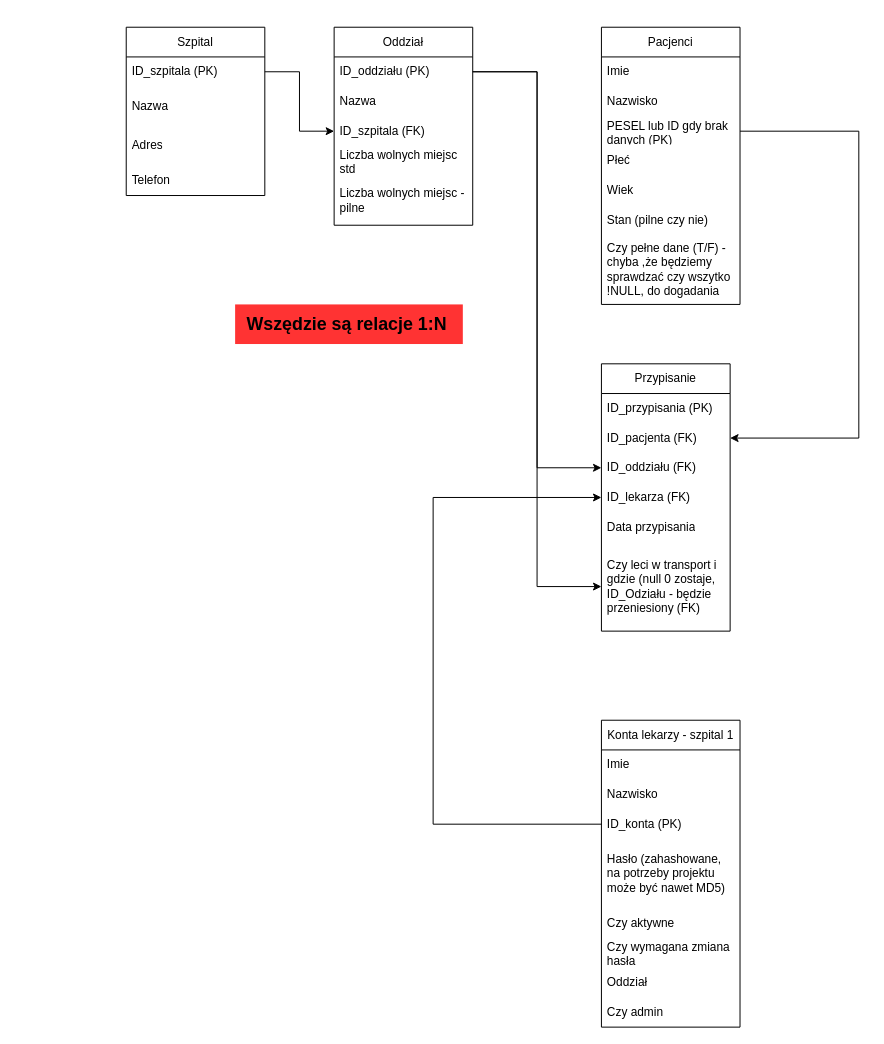
Above: documentation/schemat_związków_db.drawio in mikson022/gl1 (draw.io), before the change. Source tidied: cells renumbered, new cells numbered last; positions are measured from the earlier drawing's top-left corner, leaving out a move shared by most shapes. Both pictures are drawn from the tidied source at 99%, with x=0, y=0 at pixel (126, 27).
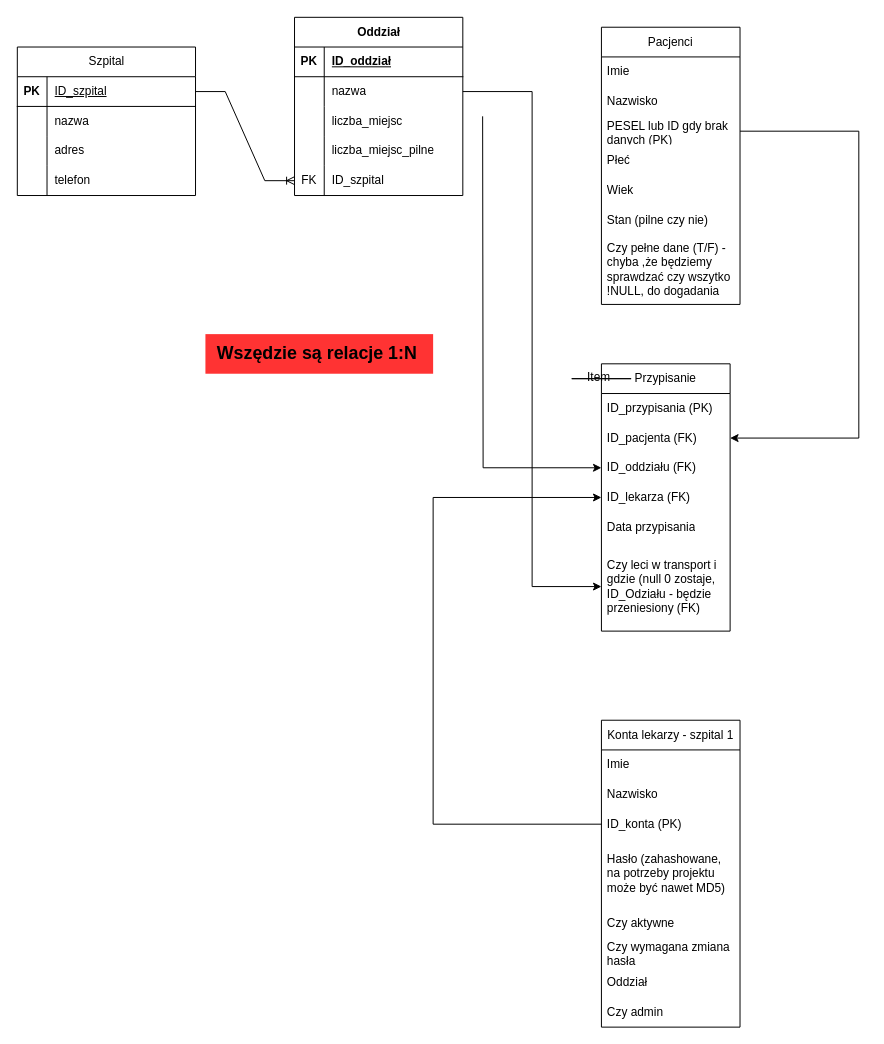
After the change.

Commit message (it also covers changes not shown here):
Popraw schemat_DB poprzez użycie odpowiednich struktur tabel i strzałek

Popraw dwie tabele - szpital, oddział

The change refers to these unchanged cells:
```xml
<mxCell id="33" value="ID_oddziału (FK)" style="text;strokeColor=none;fillColor=none;align=left;verticalAlign=middle;spacingLeft=4;spacingRight=4;overflow=hidden;points=[[0,0.5],[1,0.5]];portConstraint=eastwest;whiteSpace=wrap;html=1;" parent="30" vertex="1">
  <mxGeometry y="90" width="130" height="30" as="geometry" />
</mxCell>
<mxCell id="36" value="Czy leci w transport i gdzie (null 0 zostaje, ID_Odziału - będzie przeniesiony (FK)" style="text;strokeColor=none;fillColor=none;align=left;verticalAlign=middle;spacingLeft=4;spacingRight=4;overflow=hidden;points=[[0,0.5],[1,0.5]];portConstraint=eastwest;whiteSpace=wrap;html=1;" parent="30" vertex="1">
  <mxGeometry y="180" width="130" height="90" as="geometry" />
</mxCell>
```

What changed in the source:
```diff
@@
-    <mxCell id="2" value="Szpital" style="swimlane;fontStyle=0;horizontal=1;startSize=30;whiteSpace=wrap;html=1;" parent="1" vertex="1">
-      <mxGeometry width="140" height="170" as="geometry" />
-    </mxCell>
-    <mxCell id="3" value="ID_szpitala (PK)" style="text;strokeColor=none;fillColor=none;align=left;verticalAlign=middle;spacingLeft=4;spacingRight=4;overflow=hidden;points=[[0,0.5],[1,0.5]];portConstraint=eastwest;whiteSpace=wrap;html=1;" parent="2" vertex="1">
-      <mxGeometry y="30" width="140" height="30" as="geometry" />
-    </mxCell>
-    <mxCell id="4" value="Nazwa" style="text;strokeColor=none;fillColor=none;align=left;verticalAlign=middle;spacingLeft=4;spacingRight=4;overflow=hidden;whiteSpace=wrap;html=1;" parent="2" vertex="1">
-      <mxGeometry y="60" width="140" height="40" as="geometry" />
-    </mxCell>
-    <mxCell id="5" value="Adres" style="text;strokeColor=none;fillColor=none;align=left;verticalAlign=middle;spacingLeft=4;spacingRight=4;overflow=hidden;whiteSpace=wrap;html=1;" parent="2" vertex="1">
-      <mxGeometry y="100" width="140" height="40" as="geometry" />
-    </mxCell>
-    <mxCell id="6" value="Telefon" style="text;strokeColor=none;fillColor=none;align=left;verticalAlign=middle;spacingLeft=4;spacingRight=4;overflow=hidden;whiteSpace=wrap;html=1;" parent="2" vertex="1">
-      <mxGeometry y="140" width="140" height="30" as="geometry" />
-    </mxCell>
@@
-    <mxCell id="24" value="Oddział" style="swimlane;fontStyle=0;horizontal=1;startSize=30;whiteSpace=wrap;html=1;" parent="1" vertex="1">
-      <mxGeometry x="210" width="140" height="200" as="geometry" />
-    </mxCell>
-    <mxCell id="25" value="ID_oddziału (PK)" style="text;strokeColor=none;fillColor=none;align=left;verticalAlign=middle;spacingLeft=4;spacingRight=4;overflow=hidden;points=[[0,0.5],[1,0.5]];portConstraint=eastwest;whiteSpace=wrap;html=1;" parent="24" vertex="1">
-      <mxGeometry y="30" width="140" height="30" as="geometry" />
-    </mxCell>
-    <mxCell id="26" value="Nazwa" style="text;strokeColor=none;fillColor=none;align=left;verticalAlign=middle;spacingLeft=4;spacingRight=4;overflow=hidden;whiteSpace=wrap;html=1;" parent="24" vertex="1">
-      <mxGeometry y="60" width="140" height="30" as="geometry" />
-    </mxCell>
-    <mxCell id="27" value="ID_szpitala (FK)" style="text;strokeColor=none;fillColor=none;align=left;verticalAlign=middle;spacingLeft=4;spacingRight=4;overflow=hidden;points=[[0,0.5],[1,0.5]];portConstraint=eastwest;whiteSpace=wrap;html=1;" parent="24" vertex="1">
-      <mxGeometry y="90" width="140" height="30" as="geometry" />
-    </mxCell>
-    <mxCell id="28" value="Liczba wolnych miejsc std" style="text;strokeColor=none;fillColor=none;align=left;verticalAlign=middle;spacingLeft=4;spacingRight=4;overflow=hidden;whiteSpace=wrap;html=1;" parent="24" vertex="1">
-      <mxGeometry y="120" width="140" height="30" as="geometry" />
-    </mxCell>
-    <mxCell id="29" value="Liczba wolnych miejsc - pilne" style="text;strokeColor=none;fillColor=none;align=left;verticalAlign=middle;spacingLeft=4;spacingRight=4;overflow=hidden;whiteSpace=wrap;html=1;" parent="24" vertex="1">
-      <mxGeometry y="150" width="140" height="50" as="geometry" />
-    </mxCell>
@@
-    <mxCell id="39" style="edgeStyle=orthogonalEdgeStyle;rounded=0;jettySize=auto;html=1;" parent="1" edge="1" source="3" target="27">
-      <mxGeometry relative="1" as="geometry" />
-    </mxCell>
-    <mxCell id="40" style="edgeStyle=orthogonalEdgeStyle;rounded=0;jettySize=auto;html=1;entryX=0;entryY=0.5;entryDx=0;entryDy=0;" parent="1" edge="1" source="25" target="33">
-      <mxGeometry relative="1" as="geometry" />
+    <mxCell id="40" style="edgeStyle=orthogonalEdgeStyle;rounded=0;jettySize=auto;html=1;entryX=0;entryY=0.5;entryDx=0;entryDy=0;" parent="1" edge="1" target="33">
+      <mxGeometry relative="1" as="geometry">
+        <mxPoint x="360" y="90" as="sourcePoint" />
+      </mxGeometry>
     </mxCell>
     <mxCell id="41" value="&lt;font style=&quot;font-size: 18px;&quot;&gt;&lt;b&gt;Wszędzie są relacje 1:N&amp;nbsp;&lt;/b&gt;&lt;/font&gt;" style="text;html=1;align=center;verticalAlign=middle;strokeColor=none;fillColor=#FF3333;" parent="1" vertex="1">
-      <mxGeometry x="110" y="280" width="230" height="40" as="geometry" />
+      <mxGeometry x="80" y="310" width="230" height="40" as="geometry" />
     </mxCell>
-    <mxCell id="42" style="edgeStyle=orthogonalEdgeStyle;rounded=0;jettySize=auto;html=1;entryX=0;entryY=0.5;entryDx=0;entryDy=0;" parent="1" edge="1" source="25" target="36">
+    <mxCell id="42" style="edgeStyle=orthogonalEdgeStyle;rounded=0;jettySize=auto;html=1;entryX=0;entryY=0.5;entryDx=0;entryDy=0;exitX=1;exitY=0.5;exitDx=0;exitDy=0;" parent="1" edge="1" source="59" target="36">
       <mxGeometry relative="1" as="geometry" />
     </mxCell>
+    <mxCell id="43" style="edgeStyle=entityRelationEdgeStyle;fontSize=12;html=1;endArrow=ERoneToMany;rounded=0;exitX=1;exitY=0.5;exitDx=0;exitDy=0;entryX=0;entryY=0.5;entryDx=0;entryDy=0;" parent="1" edge="1" source="44" target="68">
+      <mxGeometry relative="1" as="geometry">
+        <Array as="points">
+          <mxPoint x="140" y="180" />
+          <mxPoint x="138" y="140" />
+        </Array>
+      </mxGeometry>
+    </mxCell>
+    <mxCell id="2" value="&lt;span style=&quot;font-weight: 400; text-wrap-mode: wrap;&quot;&gt;Szpital&lt;/span&gt;" style="shape=table;startSize=30;childLayout=tableLayout;rowLines=0;fontStyle=1;align=center;html=1;" parent="1" vertex="1">
+      <mxGeometry x="-110" y="20" width="180" height="150" as="geometry" />
+    </mxCell>
+    <mxCell id="44" style="shape=tableRow;horizontal=0;startSize=0;swimlaneHead=0;swimlaneBody=0;fillColor=none;points=[[0,0.5],[1,0.5]];portConstraint=eastwest;top=0;left=0;right=0;bottom=1;" parent="2" vertex="1">
+      <mxGeometry y="30" width="180" height="30" as="geometry" />
+    </mxCell>
+    <mxCell id="45" value="PK" style="shape=partialRectangle;fillColor=none;top=0;left=0;bottom=0;right=0;fontStyle=1;overflow=hidden;whiteSpace=wrap;html=1;" parent="44" vertex="1">
+      <mxGeometry width="30" height="30" as="geometry" />
+    </mxCell>
+    <mxCell id="46" value="&lt;span style=&quot;font-weight: 400;&quot;&gt;ID_szpital&lt;/span&gt;" style="shape=partialRectangle;fillColor=none;top=0;left=0;bottom=0;right=0;align=left;spacingLeft=6;fontStyle=5;overflow=hidden;whiteSpace=wrap;html=1;" parent="44" vertex="1">
+      <mxGeometry x="30" width="150" height="30" as="geometry" />
+    </mxCell>
+    <mxCell id="47" style="shape=tableRow;horizontal=0;startSize=0;swimlaneHead=0;swimlaneBody=0;fillColor=none;top=0;left=0;right=0;bottom=0;" parent="2" vertex="1">
+      <mxGeometry y="60" width="180" height="30" as="geometry" />
+    </mxCell>
+    <mxCell id="48" style="shape=partialRectangle;fillColor=none;top=0;left=0;bottom=0;right=0;overflow=hidden;whiteSpace=wrap;html=1;" parent="47" vertex="1">
+      <mxGeometry width="30" height="30" as="geometry" />
+    </mxCell>
+    <mxCell id="49" value="nazwa" style="shape=partialRectangle;fillColor=none;top=0;left=0;bottom=0;right=0;align=left;spacingLeft=6;overflow=hidden;whiteSpace=wrap;html=1;" parent="47" vertex="1">
+      <mxGeometry x="30" width="150" height="30" as="geometry" />
+    </mxCell>
+    <mxCell id="50" style="shape=tableRow;horizontal=0;startSize=0;swimlaneHead=0;swimlaneBody=0;fillColor=none;top=0;left=0;right=0;bottom=0;" parent="2" vertex="1">
+      <mxGeometry y="90" width="180" height="30" as="geometry" />
+    </mxCell>
+    <mxCell id="51" style="shape=partialRectangle;fillColor=none;top=0;left=0;bottom=0;right=0;overflow=hidden;whiteSpace=wrap;html=1;" parent="50" vertex="1">
+      <mxGeometry width="30" height="30" as="geometry" />
+    </mxCell>
+    <mxCell id="52" value="adres" style="shape=partialRectangle;fillColor=none;top=0;left=0;bottom=0;right=0;align=left;spacingLeft=6;overflow=hidden;whiteSpace=wrap;html=1;" parent="50" vertex="1">
+      <mxGeometry x="30" width="150" height="30" as="geometry" />
+    </mxCell>
+    <mxCell id="53" style="shape=tableRow;horizontal=0;startSize=0;swimlaneHead=0;swimlaneBody=0;fillColor=none;top=0;left=0;right=0;bottom=0;" parent="2" vertex="1">
+      <mxGeometry y="120" width="180" height="30" as="geometry" />
+    </mxCell>
+    <mxCell id="54" style="shape=partialRectangle;fillColor=none;top=0;left=0;bottom=0;right=0;overflow=hidden;whiteSpace=wrap;html=1;" parent="53" vertex="1">
+      <mxGeometry width="30" height="30" as="geometry" />
+    </mxCell>
+    <mxCell id="55" value="telefon" style="shape=partialRectangle;fillColor=none;top=0;left=0;bottom=0;right=0;align=left;spacingLeft=6;overflow=hidden;whiteSpace=wrap;html=1;" parent="53" vertex="1">
+      <mxGeometry x="30" width="150" height="30" as="geometry" />
+    </mxCell>
+    <mxCell id="24" value="Oddział" style="shape=table;startSize=30;childLayout=tableLayout;rowLines=0;fontStyle=1;align=center;html=1;" parent="1" vertex="1">
+      <mxGeometry x="170" y="-10" width="170" height="180" as="geometry" />
+    </mxCell>
+    <mxCell id="56" style="shape=tableRow;horizontal=0;startSize=0;swimlaneHead=0;swimlaneBody=0;fillColor=none;top=0;left=0;right=0;bottom=1;" parent="24" vertex="1">
+      <mxGeometry y="30" width="170" height="30" as="geometry" />
+    </mxCell>
+    <mxCell id="57" value="PK" style="shape=partialRectangle;fillColor=none;top=0;left=0;bottom=0;right=0;fontStyle=1;overflow=hidden;whiteSpace=wrap;html=1;" parent="56" vertex="1">
+      <mxGeometry width="30" height="30" as="geometry" />
+    </mxCell>
+    <mxCell id="58" value="ID_oddział" style="shape=partialRectangle;fillColor=none;top=0;left=0;bottom=0;right=0;align=left;spacingLeft=6;fontStyle=5;overflow=hidden;whiteSpace=wrap;html=1;" parent="56" vertex="1">
+      <mxGeometry x="30" width="140" height="30" as="geometry" />
+    </mxCell>
+    <mxCell id="59" style="shape=tableRow;horizontal=0;startSize=0;swimlaneHead=0;swimlaneBody=0;fillColor=none;points=[[0,0.5],[1,0.5]];portConstraint=eastwest;top=0;left=0;right=0;bottom=0;" parent="24" vertex="1">
+      <mxGeometry y="60" width="170" height="30" as="geometry" />
+    </mxCell>
+    <mxCell id="60" style="shape=partialRectangle;fillColor=none;top=0;left=0;bottom=0;right=0;overflow=hidden;whiteSpace=wrap;html=1;" parent="59" vertex="1">
+      <mxGeometry width="30" height="30" as="geometry" />
+    </mxCell>
+    <mxCell id="61" value="nazwa" style="shape=partialRectangle;fillColor=none;top=0;left=0;bottom=0;right=0;align=left;spacingLeft=6;overflow=hidden;whiteSpace=wrap;html=1;" parent="59" vertex="1">
+      <mxGeometry x="30" width="140" height="30" as="geometry" />
+    </mxCell>
+    <mxCell id="62" style="shape=tableRow;horizontal=0;startSize=0;swimlaneHead=0;swimlaneBody=0;fillColor=none;top=0;left=0;right=0;bottom=0;" parent="24" vertex="1">
+      <mxGeometry y="90" width="170" height="30" as="geometry" />
+    </mxCell>
+    <mxCell id="63" style="shape=partialRectangle;fillColor=none;top=0;left=0;bottom=0;right=0;overflow=hidden;whiteSpace=wrap;html=1;" parent="62" vertex="1">
+      <mxGeometry width="30" height="30" as="geometry" />
+    </mxCell>
+    <mxCell id="64" value="liczba_miejsc" style="shape=partialRectangle;fillColor=none;top=0;left=0;bottom=0;right=0;align=left;spacingLeft=6;overflow=hidden;whiteSpace=wrap;html=1;" parent="62" vertex="1">
+      <mxGeometry x="30" width="140" height="30" as="geometry" />
+    </mxCell>
+    <mxCell id="65" style="shape=tableRow;horizontal=0;startSize=0;swimlaneHead=0;swimlaneBody=0;fillColor=none;top=0;left=0;right=0;bottom=0;" parent="24" vertex="1">
+      <mxGeometry y="120" width="170" height="30" as="geometry" />
+    </mxCell>
+    <mxCell id="66" style="shape=partialRectangle;fillColor=none;top=0;left=0;bottom=0;right=0;overflow=hidden;whiteSpace=wrap;html=1;" parent="65" vertex="1">
+      <mxGeometry width="30" height="30" as="geometry" />
+    </mxCell>
+    <mxCell id="67" value="liczba_miejsc_pilne" style="shape=partialRectangle;fillColor=none;top=0;left=0;bottom=0;right=0;align=left;spacingLeft=6;overflow=hidden;whiteSpace=wrap;html=1;" parent="65" vertex="1">
+      <mxGeometry x="30" width="140" height="30" as="geometry" />
+    </mxCell>
+    <mxCell id="68" style="shape=tableRow;horizontal=0;startSize=0;swimlaneHead=0;swimlaneBody=0;fillColor=none;points=[[0,0.5],[1,0.5]];portConstraint=eastwest;top=0;left=0;right=0;bottom=0;" parent="24" vertex="1">
+      <mxGeometry y="150" width="170" height="30" as="geometry" />
+    </mxCell>
+    <mxCell id="69" value="FK" style="shape=partialRectangle;fillColor=none;top=0;left=0;bottom=0;right=0;overflow=hidden;whiteSpace=wrap;html=1;" parent="68" vertex="1">
+      <mxGeometry width="30" height="30" as="geometry" />
+    </mxCell>
+    <mxCell id="70" value="ID_szpital" style="shape=partialRectangle;fillColor=none;top=0;left=0;bottom=0;right=0;align=left;spacingLeft=6;overflow=hidden;whiteSpace=wrap;html=1;" parent="68" vertex="1">
+      <mxGeometry x="30" width="140" height="30" as="geometry" />
+    </mxCell>
+    <mxCell id="71" value="Item" style="text;strokeColor=none;fillColor=none;spacingLeft=4;spacingRight=4;overflow=hidden;fontSize=12;whiteSpace=wrap;html=1;" parent="1" vertex="1">
+      <mxGeometry x="460" y="340" width="40" height="30" as="geometry" />
+    </mxCell>
+    <mxCell id="72" style="line;strokeWidth=1;dashed=0;labelPosition=right;align=left;verticalAlign=middle;spacingTop=0;spacingLeft=6;" parent="1" vertex="1">
+      <mxGeometry x="450" y="350" width="60" height="10" as="geometry" />
+    </mxCell>
+    <mxCell id="73" style="line;strokeWidth=1;dashed=0;labelPosition=right;align=left;verticalAlign=middle;spacingTop=0;spacingLeft=6;" parent="1" vertex="1">
+      <mxGeometry x="450" y="350" width="60" height="10" as="geometry" />
+    </mxCell>
```
